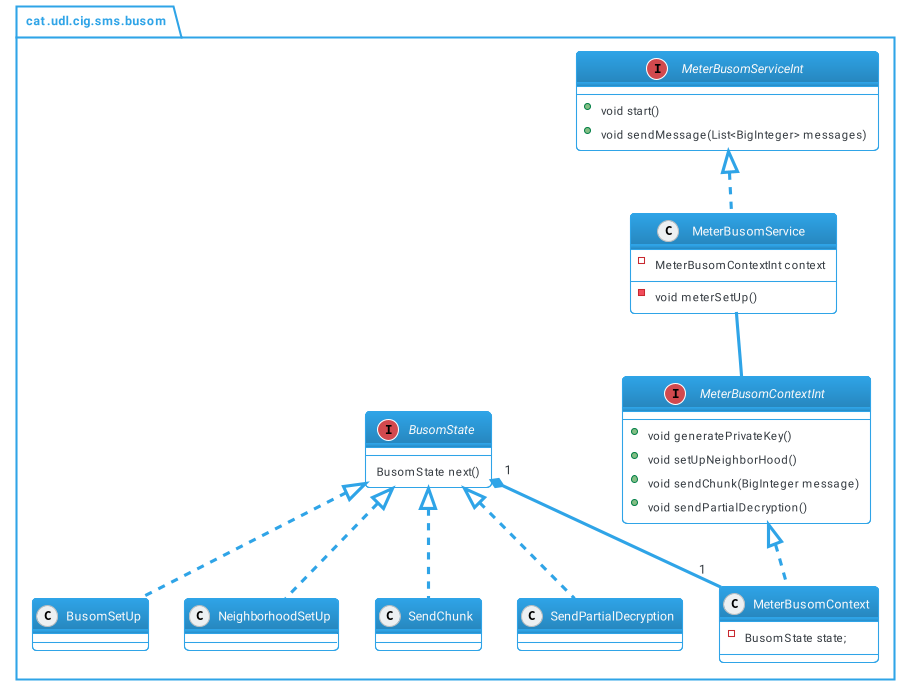
This is classes/busomprot.png from Oriolac/tfg, a PlantUML export, as it was before one commit. Its diagram source:
```plantuml
@startuml busomprot
!include themes/puml-theme-cerulean-outline.puml
skinparam backgroundColor #FFFFFF
namespace cat.udl.cig.sms.busom {
interface MeterBusomServiceInt {
    + void start()
    + void sendMessage(List<BigInteger> messages)
}
class MeterBusomService implements MeterBusomServiceInt {
    - MeterBusomContextInt context
    - void meterSetUp()
}
MeterBusomService -- MeterBusomContextInt
BusomState "1" *-- "1" MeterBusomContext
interface MeterBusomContextInt {
    + void generatePrivateKey()
    + void setUpNeighborHood()
    + void sendChunk(BigInteger message)
    + void sendPartialDecryption()
}
class MeterBusomContext implements MeterBusomContextInt {
    - BusomState state;
}
interface BusomState {
    BusomState next()
}
class BusomSetUp implements BusomState {
}
class NeighborhoodSetUp implements BusomState {
}
class SendChunk implements BusomState {

}
class SendPartialDecryption implements BusomState {

}

}
@enduml
```
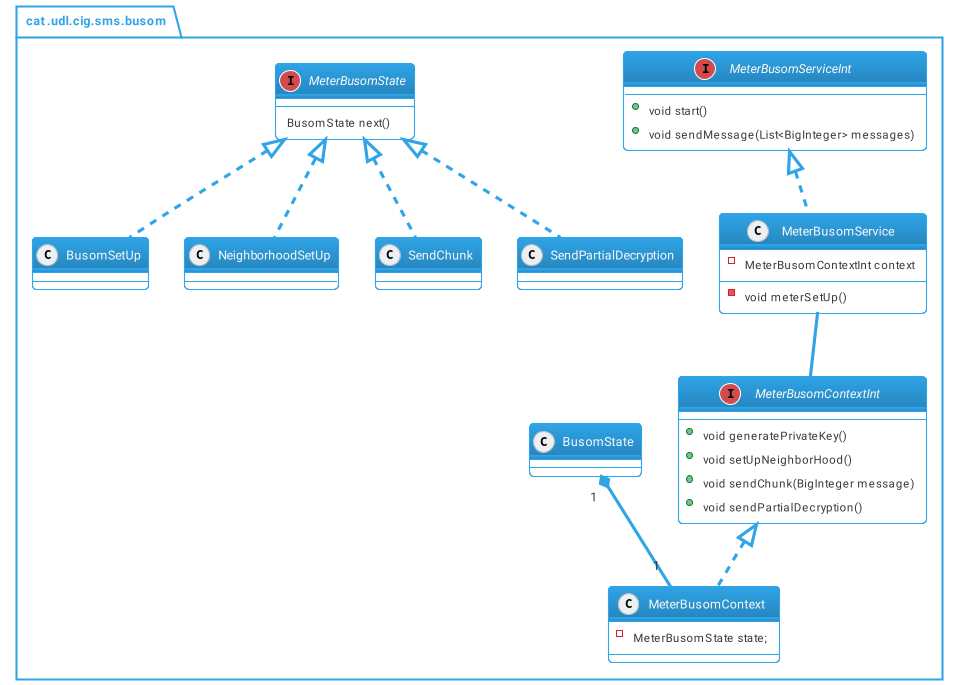
Later version of the same file.

The edit, as a diff of the source:
```diff
@@ -19,19 +19,19 @@
     + void sendPartialDecryption()
 }
 class MeterBusomContext implements MeterBusomContextInt {
-    - BusomState state;
+    - MeterBusomState state;
 }
-interface BusomState {
+interface MeterBusomState {
     BusomState next()
 }
-class BusomSetUp implements BusomState {
+class BusomSetUp implements MeterBusomState {
 }
-class NeighborhoodSetUp implements BusomState {
+class NeighborhoodSetUp implements MeterBusomState {
 }
-class SendChunk implements BusomState {
+class SendChunk implements MeterBusomState {
 
 }
-class SendPartialDecryption implements BusomState {
+class SendPartialDecryption implements MeterBusomState {
 
 }
 
```
